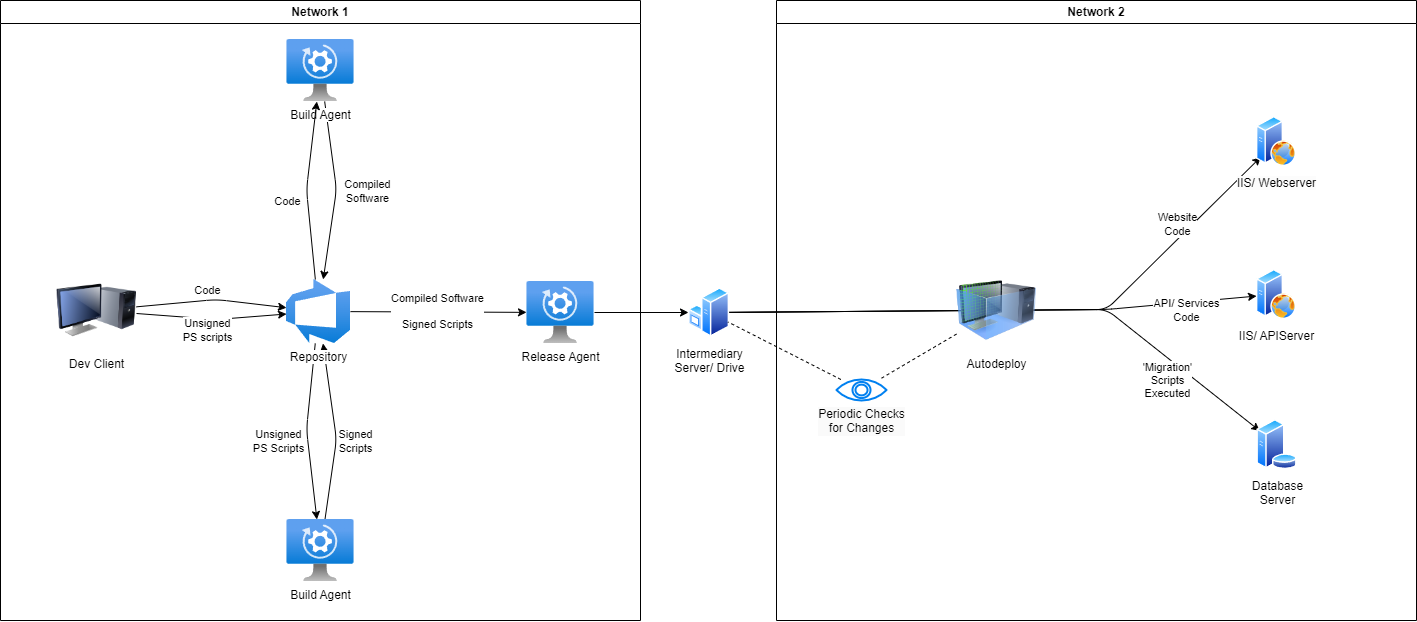
lmeasures/autodeploy keeps this draw.io diagram as docs/deployment_architecture.png. Above is the earlier version. Source tidied: cells renumbered, new cells last; positions are measured from the earlier drawing's top-left corner, leaving out a move shared by most shapes.
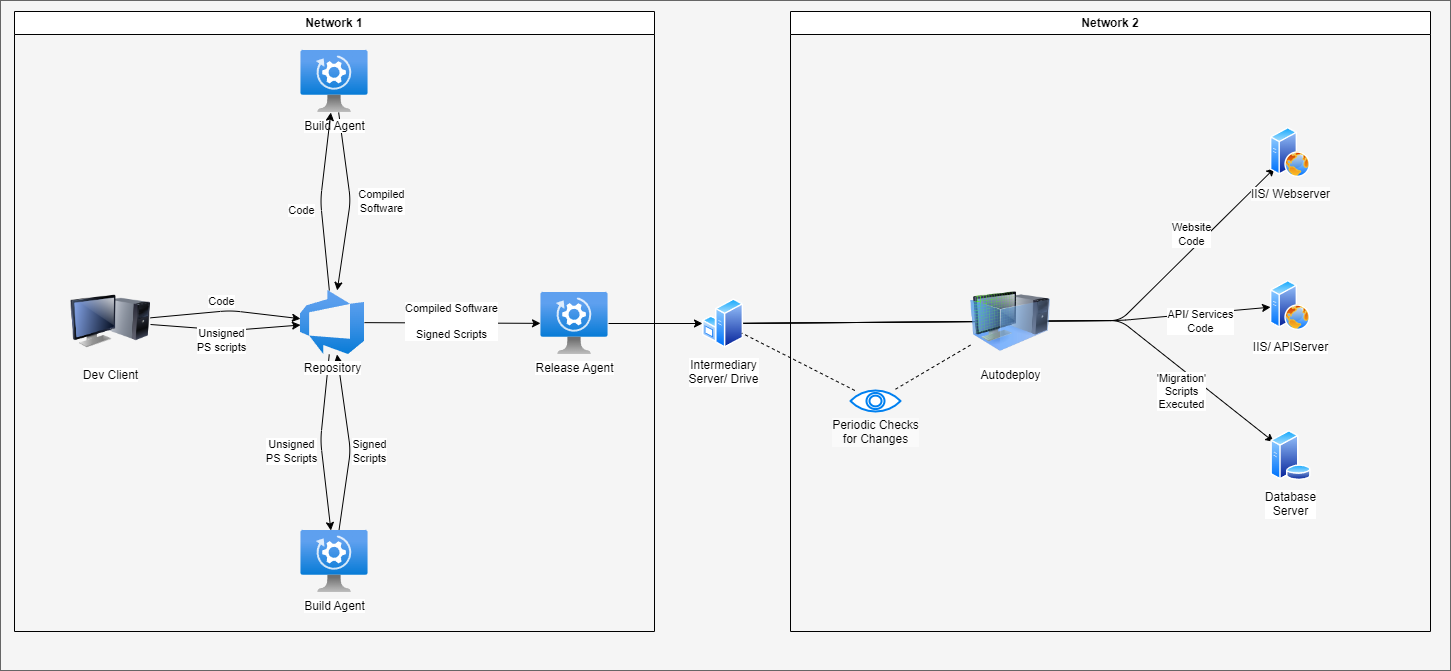
The same diagram one commit later.

Diff of the diagram source:
```diff
@@ -2,6 +2,9 @@
   <root>
     <mxCell id="0" />
     <mxCell id="1" parent="0" />
+    <mxCell id="38" style="rounded=0;whiteSpace=wrap;html=1;fillColor=#f5f5f5;fontColor=#333333;strokeColor=#666666;" parent="1" vertex="1">
+      <mxGeometry x="-14" y="-11" width="1450" height="670" as="geometry" />
+    </mxCell>
     <mxCell id="2" style="edgeStyle=none;html=1;" parent="1" edge="1" source="3" target="29">
       <mxGeometry relative="1" as="geometry" />
     </mxCell>
```
